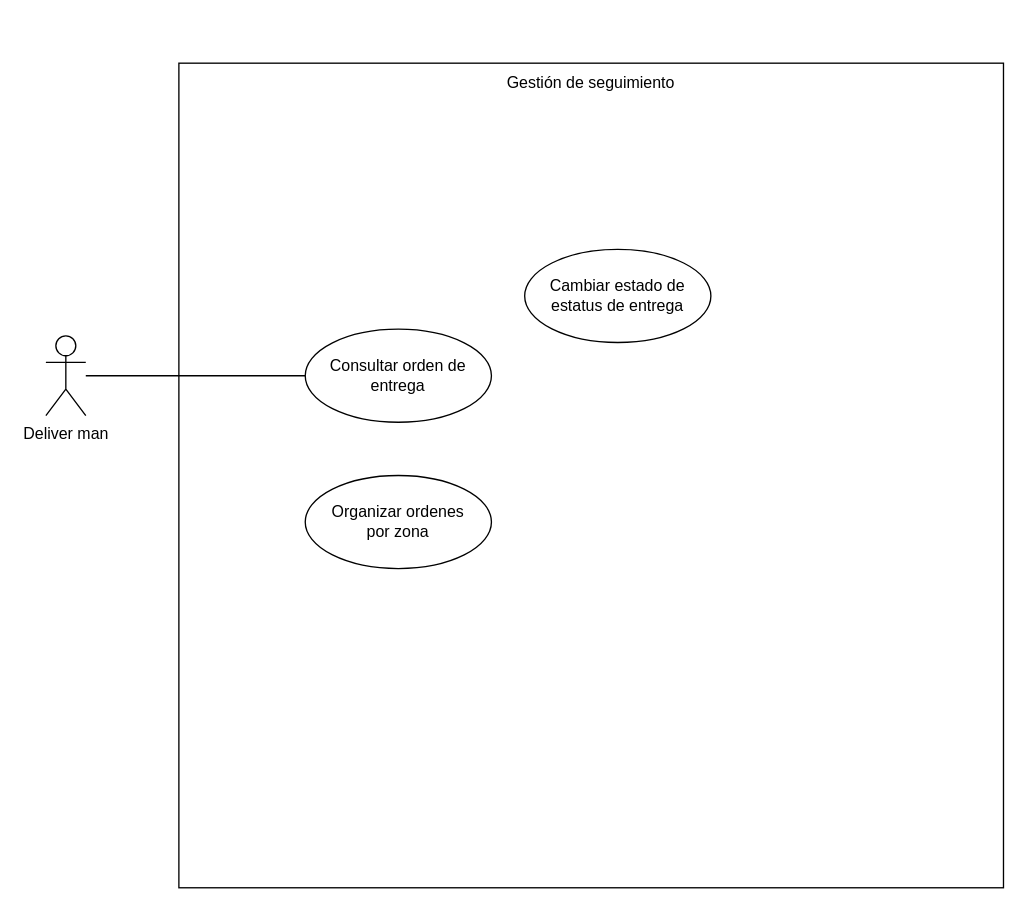
This is Diagramas/CasoDeUsoJorge.drawio from JorgeADnro/Torres, a draw.io file, before an edit. Source tidied: cells renumbered, new cells numbered last; positions are measured from the earlier drawing's top-left corner, leaving out a move shared by most shapes. Both pictures are drawn from the tidied source at 133%, with x=0, y=0 at pixel (45, 63).
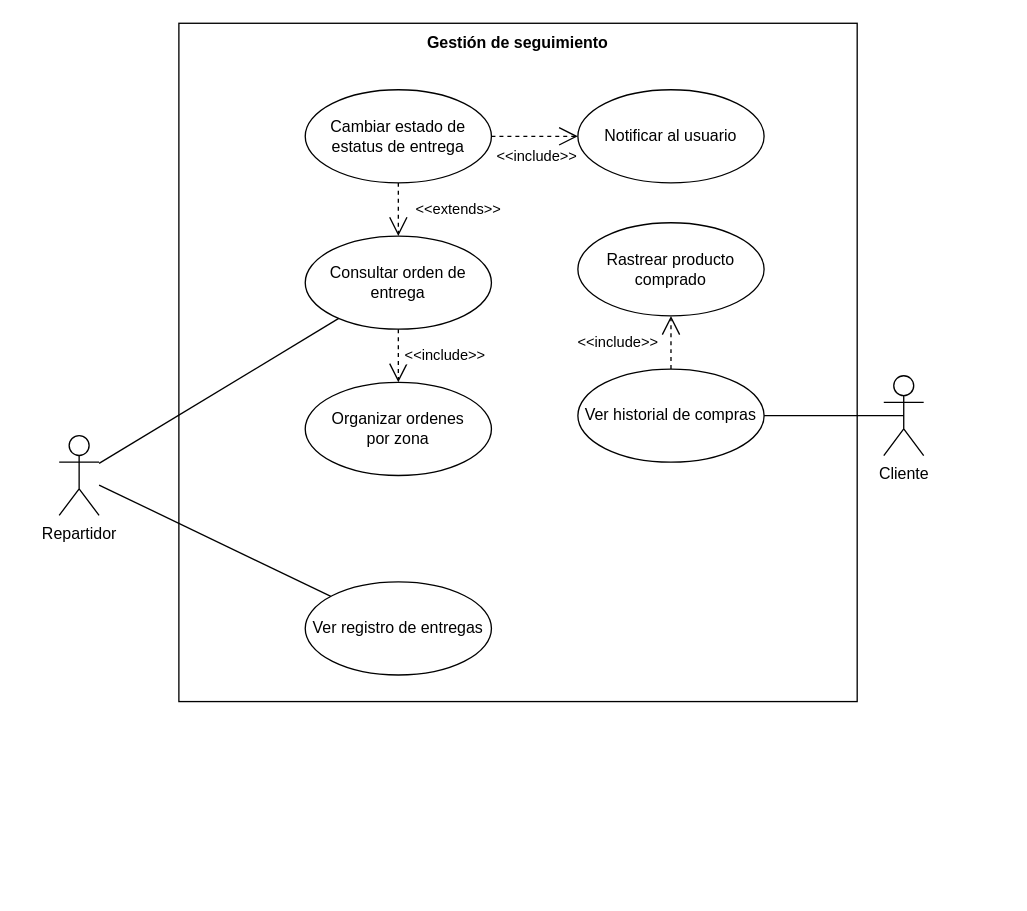
The same page after the edit.

What changed in the source:
```diff
@@
 <mxGraphModel>
   <root>
     <mxCell id="0" />
     <mxCell id="1" parent="0" />
     <mxCell id="2" style="whiteSpace=wrap;html=1;" parent="1" vertex="1">
-      <mxGeometry x="100" width="620" height="620" as="geometry" />
+      <mxGeometry x="100" y="-30" width="510" height="510" as="geometry" />
     </mxCell>
-    <mxCell id="3" value="Deliver man" style="shape=umlActor;verticalLabelPosition=bottom;verticalAlign=top;html=1;outlineConnect=0;" parent="1" vertex="1">
-      <mxGeometry y="205" width="30" height="60" as="geometry" />
+    <mxCell id="3" value="Repartidor" style="shape=umlActor;verticalLabelPosition=bottom;verticalAlign=top;html=1;outlineConnect=0;" parent="1" vertex="1">
+      <mxGeometry x="10" y="280" width="30" height="60" as="geometry" />
     </mxCell>
     <mxCell id="4" value="Consultar orden de entrega" style="ellipse;whiteSpace=wrap;html=1;" parent="1" vertex="1">
-      <mxGeometry x="195" y="200" width="140" height="70" as="geometry" />
+      <mxGeometry x="195" y="130" width="140" height="70" as="geometry" />
     </mxCell>
-    <mxCell id="5" value="Gestión de seguimiento" style="text;html=1;strokeColor=none;fillColor=none;align=center;verticalAlign=middle;whiteSpace=wrap;rounded=0;" parent="1" vertex="1">
-      <mxGeometry x="335" width="150" height="30" as="geometry" />
+    <mxCell id="5" value="&lt;b&gt;Gestión de seguimiento&lt;/b&gt;" style="text;html=1;strokeColor=none;fillColor=none;align=center;verticalAlign=middle;whiteSpace=wrap;rounded=0;" parent="1" vertex="1">
+      <mxGeometry x="280" y="-30" width="150" height="30" as="geometry" />
     </mxCell>
     <mxCell id="6" value="Cambiar estado de estatus de entrega" style="ellipse;whiteSpace=wrap;html=1;" parent="1" vertex="1">
-      <mxGeometry x="360" y="140" width="140" height="70" as="geometry" />
+      <mxGeometry x="195" y="20" width="140" height="70" as="geometry" />
     </mxCell>
     <mxCell id="7" value="Organizar ordenes&lt;br&gt;por zona" style="ellipse;whiteSpace=wrap;html=1;" parent="1" vertex="1">
-      <mxGeometry x="195" y="310" width="140" height="70" as="geometry" />
+      <mxGeometry x="195" y="240" width="140" height="70" as="geometry" />
     </mxCell>
     <mxCell id="8" style="endArrow=none;html=1;rounded=0;" parent="1" edge="1" source="4" target="3">
       <mxGeometry relative="1" as="geometry" />
     </mxCell>
+    <mxCell id="9" value="Ver registro de entregas" style="ellipse;whiteSpace=wrap;html=1;" parent="1" vertex="1">
+      <mxGeometry x="195" y="390" width="140" height="70" as="geometry" />
+    </mxCell>
+    <mxCell id="10" style="endArrow=none;html=1;rounded=0;" parent="1" edge="1" source="9" target="3">
+      <mxGeometry relative="1" as="geometry" />
+    </mxCell>
+    <mxCell id="11" value="&amp;lt;&amp;lt;include&amp;gt;&amp;gt;" style="endArrow=open;endSize=12;dashed=1;html=1;rounded=0;" parent="1" edge="1" source="4" target="7">
+      <mxGeometry y="35" relative="1" as="geometry" />
+    </mxCell>
+    <mxCell id="12" value="&amp;lt;&amp;lt;extends&amp;gt;&amp;gt;" style="endArrow=open;endSize=12;dashed=1;html=1;rounded=0;" parent="1" edge="1" source="6" target="4">
+      <mxGeometry y="45" relative="1" as="geometry" />
+    </mxCell>
+    <mxCell id="13" value="Notificar al usuario" style="ellipse;whiteSpace=wrap;html=1;" parent="1" vertex="1">
+      <mxGeometry x="400" y="20" width="140" height="70" as="geometry" />
+    </mxCell>
+    <mxCell id="14" value="&amp;lt;&amp;lt;include&amp;gt;&amp;gt;" style="endArrow=open;endSize=12;dashed=1;html=1;rounded=0;" parent="1" edge="1" source="6" target="13">
+      <mxGeometry x="0.04" y="-15" relative="1" as="geometry" />
+    </mxCell>
+    <mxCell id="15" value="Cliente" style="shape=umlActor;verticalLabelPosition=bottom;verticalAlign=top;html=1;" parent="1" vertex="1">
+      <mxGeometry x="630" y="235" width="30" height="60" as="geometry" />
+    </mxCell>
+    <mxCell id="16" value="Rastrear producto comprado" style="ellipse;whiteSpace=wrap;html=1;" parent="1" vertex="1">
+      <mxGeometry x="400" y="120" width="140" height="70" as="geometry" />
+    </mxCell>
+    <mxCell id="17" value="Ver historial de compras" style="ellipse;whiteSpace=wrap;html=1;" parent="1" vertex="1">
+      <mxGeometry x="400" y="230" width="140" height="70" as="geometry" />
+    </mxCell>
+    <mxCell id="18" value="&amp;lt;&amp;lt;include&amp;gt;&amp;gt;" style="endArrow=open;endSize=12;dashed=1;html=1;rounded=0;" parent="1" edge="1" source="17" target="16">
+      <mxGeometry y="40" relative="1" as="geometry" />
+    </mxCell>
+    <mxCell id="19" style="endArrow=none;html=1;rounded=0;entryX=0.5;entryY=0.5;entryDx=0;entryDy=0;entryPerimeter=0;" parent="1" edge="1" source="17" target="15">
+      <mxGeometry relative="1" as="geometry" />
+    </mxCell>
   </root>
 </mxGraphModel>
```
